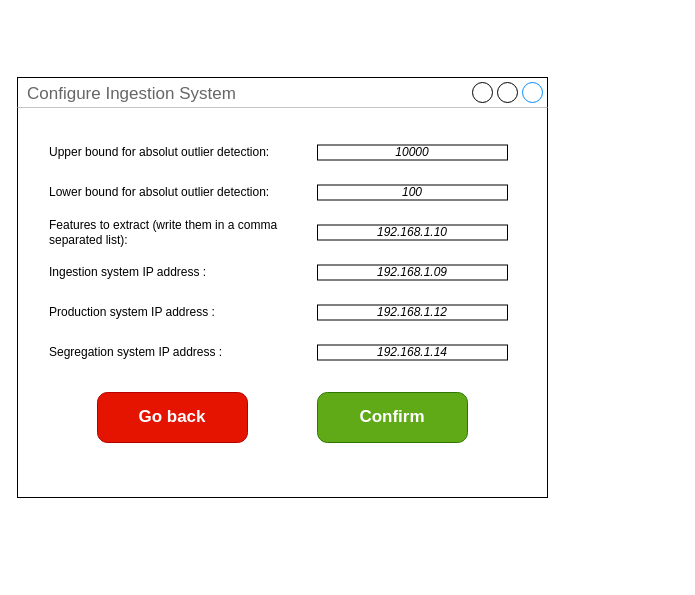
Earlier version of the draw.io diagram configure/configure (preparation system) CAPE.drawio (BaffoBello14/AutomaticDamagesRecognition). Source tidied: cells renumbered, new cells numbered last; positions are measured from the earlier drawing's top-left corner, leaving out a move shared by most shapes. Both pictures are drawn from the tidied source at 100%, with x=0, y=0 at pixel (17, 77).
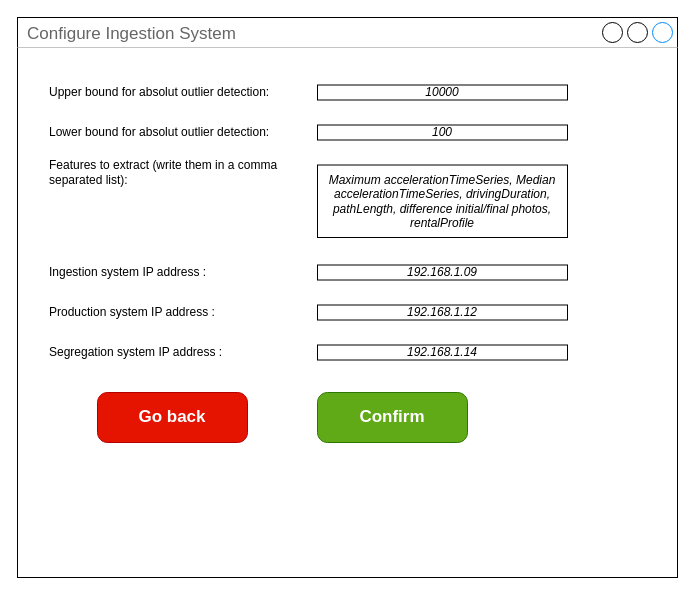
The same page after the edit.

Commit message:
configure preparation system

The edit, as a diff of the source:
```diff
@@
 <mxGraphModel>
   <root>
     <mxCell id="0" />
     <mxCell id="1" parent="0" />
     <mxCell id="2" value="Configure Ingestion System" style="strokeWidth=1;shadow=0;dashed=0;align=center;html=1;shape=mxgraph.mockup.containers.window;align=left;verticalAlign=top;spacingLeft=8;strokeColor2=#008cff;strokeColor3=#c4c4c4;fontColor=#666666;mainText=;fontSize=17;labelBackgroundColor=none;whiteSpace=wrap;" parent="1" vertex="1">
-      <mxGeometry width="530" height="420" as="geometry" />
+      <mxGeometry y="-60" width="660" height="560" as="geometry" />
     </mxCell>
     <mxCell id="3" value="Confirm" style="strokeWidth=1;shadow=0;dashed=0;align=center;html=1;shape=mxgraph.mockup.buttons.button;strokeColor=#2D7600;fontColor=#ffffff;mainText=;buttonStyle=round;fontSize=17;fontStyle=1;fillColor=#60a917;whiteSpace=wrap;" parent="1" vertex="1">
       <mxGeometry x="300" y="315" width="150" height="50" as="geometry" />
     </mxCell>
     <mxCell id="4" value="Go back" style="strokeWidth=1;shadow=0;dashed=0;align=center;html=1;shape=mxgraph.mockup.buttons.button;strokeColor=#B20000;mainText=;buttonStyle=round;fontSize=17;fontStyle=1;fillColor=#e51400;whiteSpace=wrap;fontColor=#ffffff;" parent="1" vertex="1">
       <mxGeometry x="80" y="315" width="150" height="50" as="geometry" />
     </mxCell>
     <mxCell id="5" value="Upper bound for absolut outlier detection:" style="text;html=1;strokeColor=none;fillColor=none;align=left;verticalAlign=middle;whiteSpace=wrap;rounded=0;" parent="1" vertex="1">
-      <mxGeometry x="30" y="60" width="240" height="30" as="geometry" />
+      <mxGeometry x="30" width="240" height="30" as="geometry" />
     </mxCell>
     <mxCell id="6" value="&lt;i&gt;&lt;font&gt;10000&lt;/font&gt;&lt;/i&gt;" style="rounded=0;whiteSpace=wrap;html=1;fontColor=#000000;" parent="1" vertex="1">
-      <mxGeometry x="300" y="67.5" width="190" height="15" as="geometry" />
+      <mxGeometry x="300" y="7.5" width="250" height="15" as="geometry" />
     </mxCell>
     <mxCell id="7" value="Lower bound for absolut outlier detection:" style="text;html=1;strokeColor=none;fillColor=none;align=left;verticalAlign=middle;whiteSpace=wrap;rounded=0;" parent="1" vertex="1">
-      <mxGeometry x="30" y="100" width="230" height="30" as="geometry" />
+      <mxGeometry x="30" y="40" width="230" height="30" as="geometry" />
     </mxCell>
     <mxCell id="8" value="&lt;i&gt;&lt;font&gt;100&lt;/font&gt;&lt;/i&gt;" style="rounded=0;whiteSpace=wrap;html=1;fontColor=#000000;" parent="1" vertex="1">
-      <mxGeometry x="300" y="107.5" width="190" height="15" as="geometry" />
+      <mxGeometry x="300" y="47.5" width="250" height="15" as="geometry" />
     </mxCell>
     <mxCell id="9" value="Features to extract (write them in a comma separated list):" style="text;html=1;strokeColor=none;fillColor=none;align=left;verticalAlign=middle;whiteSpace=wrap;rounded=0;" parent="1" vertex="1">
-      <mxGeometry x="30" y="140" width="240" height="30" as="geometry" />
+      <mxGeometry x="30" y="80" width="240" height="30" as="geometry" />
     </mxCell>
-    <mxCell id="10" value="&lt;i&gt;&lt;font&gt;192.168.1.10&lt;/font&gt;&lt;/i&gt;" style="rounded=0;whiteSpace=wrap;html=1;fontColor=#000000;" parent="1" vertex="1">
-      <mxGeometry x="300" y="147.5" width="190" height="15" as="geometry" />
+    <mxCell id="10" value="&lt;i&gt;Maximum accelerationTimeSeries, Median accelerationTimeSeries, drivingDuration, pathLength, difference initial/final photos, rentalProfile&lt;/i&gt;" style="rounded=0;whiteSpace=wrap;html=1;fontColor=#000000;" parent="1" vertex="1">
+      <mxGeometry x="300" y="87.5" width="250" height="72.5" as="geometry" />
     </mxCell>
     <mxCell id="11" value="Ingestion system IP address :" style="text;html=1;strokeColor=none;fillColor=none;align=left;verticalAlign=middle;whiteSpace=wrap;rounded=0;" parent="1" vertex="1">
       <mxGeometry x="30" y="180" width="210" height="30" as="geometry" />
     </mxCell>
     <mxCell id="12" value="&lt;i style=&quot;border-color: var(--border-color);&quot;&gt;&lt;font style=&quot;border-color: var(--border-color);&quot;&gt;192.168.1.09&lt;/font&gt;&lt;/i&gt;" style="rounded=0;whiteSpace=wrap;html=1;fontColor=#000000;" parent="1" vertex="1">
-      <mxGeometry x="300" y="187.5" width="190" height="15" as="geometry" />
+      <mxGeometry x="300" y="187.5" width="250" height="15" as="geometry" />
     </mxCell>
     <mxCell id="13" value="Production system IP address :" style="text;html=1;strokeColor=none;fillColor=none;align=left;verticalAlign=middle;whiteSpace=wrap;rounded=0;" parent="1" vertex="1">
       <mxGeometry x="30" y="220" width="210" height="30" as="geometry" />
     </mxCell>
     <mxCell id="14" value="&lt;i style=&quot;border-color: var(--border-color);&quot;&gt;&lt;font style=&quot;border-color: var(--border-color);&quot;&gt;192.168.1.12&lt;/font&gt;&lt;/i&gt;" style="rounded=0;whiteSpace=wrap;html=1;fontColor=#000000;" parent="1" vertex="1">
-      <mxGeometry x="300" y="227.5" width="190" height="15" as="geometry" />
+      <mxGeometry x="300" y="227.5" width="250" height="15" as="geometry" />
     </mxCell>
     <mxCell id="15" value="Segregation system IP address :" style="text;html=1;strokeColor=none;fillColor=none;align=left;verticalAlign=middle;whiteSpace=wrap;rounded=0;" parent="1" vertex="1">
       <mxGeometry x="30" y="260" width="210" height="30" as="geometry" />
     </mxCell>
     <mxCell id="16" value="&lt;i style=&quot;border-color: var(--border-color);&quot;&gt;&lt;font style=&quot;border-color: var(--border-color);&quot;&gt;192.168.1.14&lt;/font&gt;&lt;/i&gt;" style="rounded=0;whiteSpace=wrap;html=1;fontColor=#000000;" parent="1" vertex="1">
-      <mxGeometry x="300" y="267.5" width="190" height="15" as="geometry" />
+      <mxGeometry x="300" y="267.5" width="250" height="15" as="geometry" />
     </mxCell>
   </root>
 </mxGraphModel>
```
